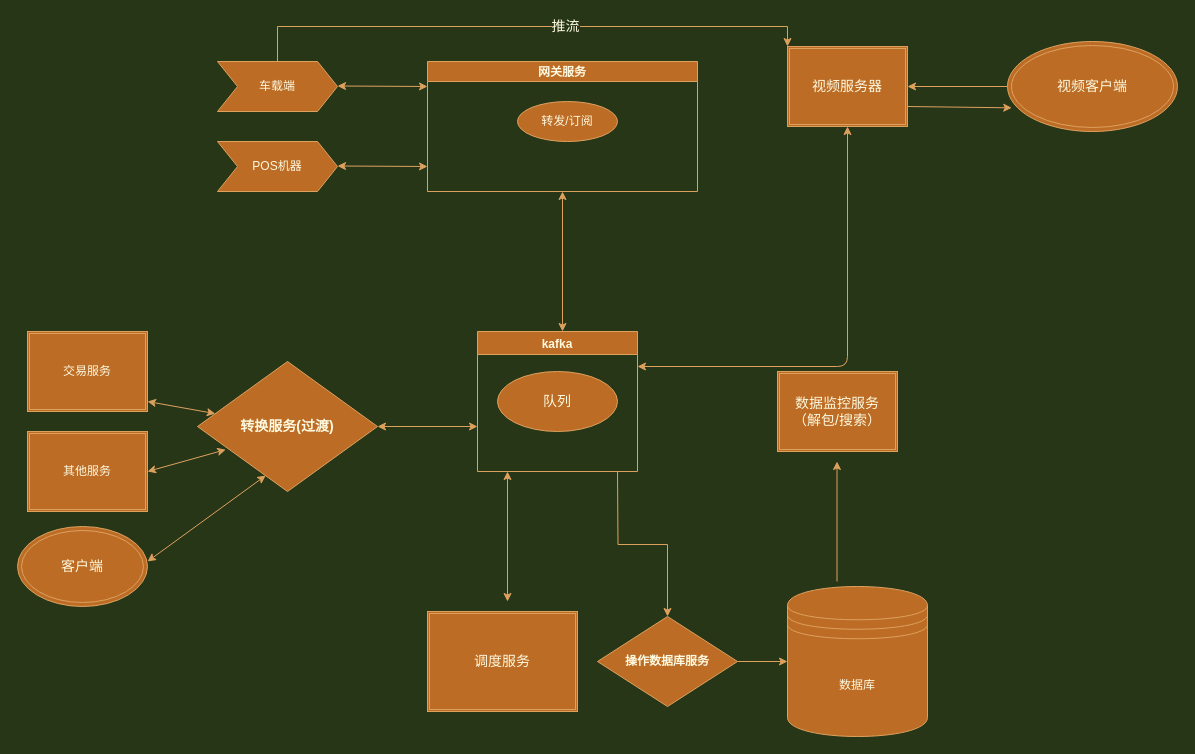
Above: 通讯架构.drawio in yupeng2015/draw (draw.io), before the change. Source tidied: cells renumbered, new cells numbered last; positions are measured from the earlier drawing's top-left corner, leaving out a move shared by most shapes. Both pictures are drawn from the tidied source at 100%, with x=0, y=0 at pixel (17, 41).
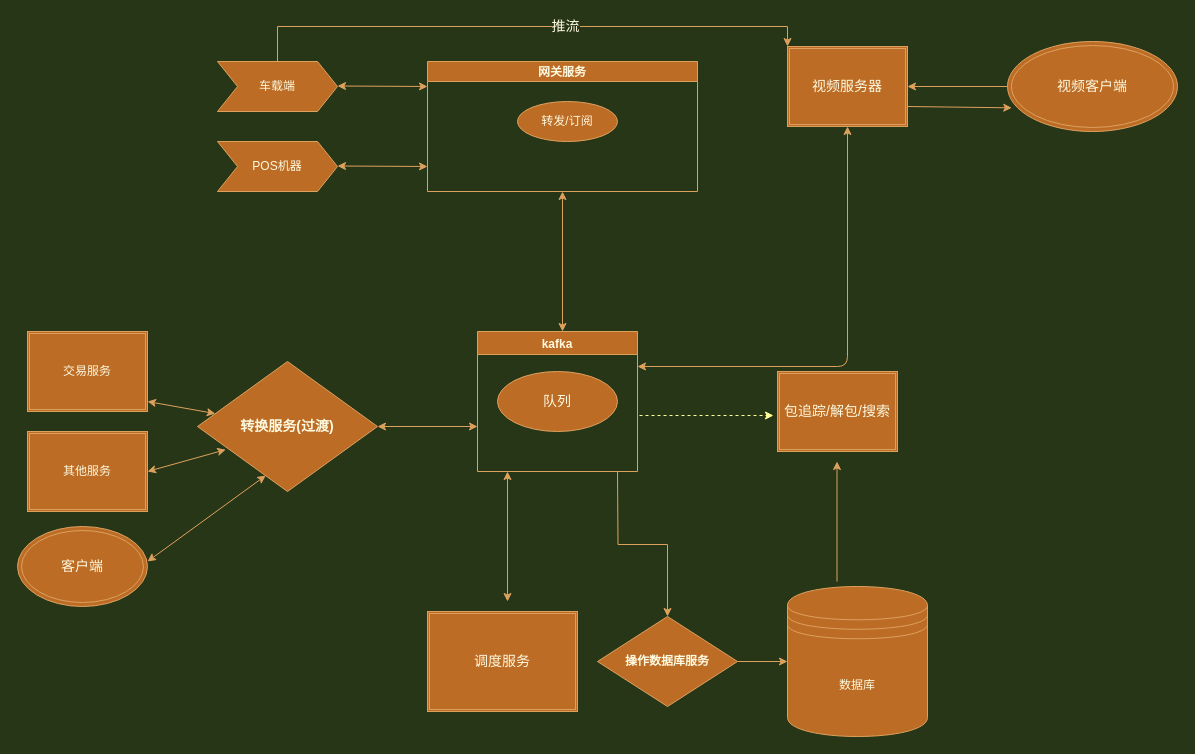
Above is the later version.

The edit, as a diff of the source:
```diff
@@
-    <mxCell id="33" value="数据监控服务&lt;br&gt;（解包/搜索）" style="shape=ext;double=1;rounded=0;whiteSpace=wrap;html=1;fontSize=14;fillColor=#BC6C25;strokeColor=#DDA15E;fontColor=#FEFAE0;" parent="1" vertex="1">
+    <mxCell id="33" value="包追踪/解包/搜索" style="shape=ext;double=1;rounded=0;whiteSpace=wrap;html=1;fontSize=14;fillColor=#BC6C25;strokeColor=#DDA15E;fontColor=#FEFAE0;" parent="1" vertex="1">
       <mxGeometry x="760" y="330" width="120" height="80" as="geometry" />
     </mxCell>
+    <mxCell id="34" style="endArrow=classic;html=1;rounded=0;dashed=1;strokeColor=#FFFF99;" parent="1" edge="1">
+      <mxGeometry relative="1" as="geometry">
+        <mxPoint x="622" y="374" as="sourcePoint" />
+        <mxPoint x="756" y="374" as="targetPoint" />
+      </mxGeometry>
+    </mxCell>
```
